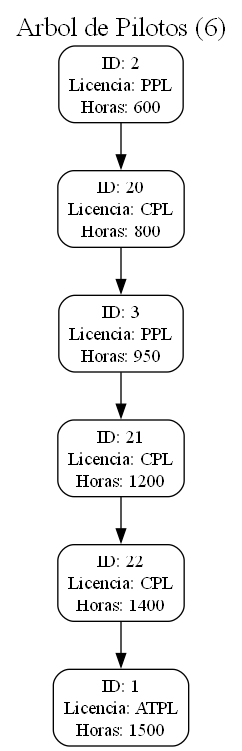
Before: src/arbol_pilotos.png, a diagram exported from Graphviz (natstyles/202400111_EDD_Proyecto). Its source is kept beside it as src/arbol_pilotos.dot.
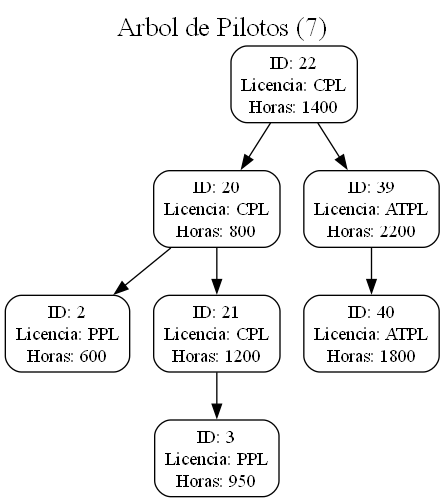
The same diagram one commit later.

Diff of the diagram source:
```diff
@@ -1,17 +1,19 @@
 digraph G {
 labelloc="t";
-label="Arbol de Pilotos (6)";
+label="Arbol de Pilotos (7)";
 fontsize=20;
 node [shape=box, style=rounded];
+"22" [label="ID: 22\nLicencia: CPL\nHoras: 1400"];
+"22" -> "20";
+"22" -> "39";
+"20" [label="ID: 20\nLicencia: CPL\nHoras: 800"];
+"20" -> "2";
+"20" -> "21";
 "2" [label="ID: 2\nLicencia: PPL\nHoras: 600"];
-"2" -> "20";
-"20" [label="ID: 20\nLicencia: CPL\nHoras: 800"];
-"20" -> "3";
+"21" [label="ID: 21\nLicencia: CPL\nHoras: 1200"];
+"21" -> "3";
 "3" [label="ID: 3\nLicencia: PPL\nHoras: 950"];
-"3" -> "21";
-"21" [label="ID: 21\nLicencia: CPL\nHoras: 1200"];
-"21" -> "22";
-"22" [label="ID: 22\nLicencia: CPL\nHoras: 1400"];
-"22" -> "1";
-"1" [label="ID: 1\nLicencia: ATPL\nHoras: 1500"];
+"39" [label="ID: 39\nLicencia: ATPL\nHoras: 2200"];
+"39" -> "40";
+"40" [label="ID: 40\nLicencia: ATPL\nHoras: 1800"];
 }
```
